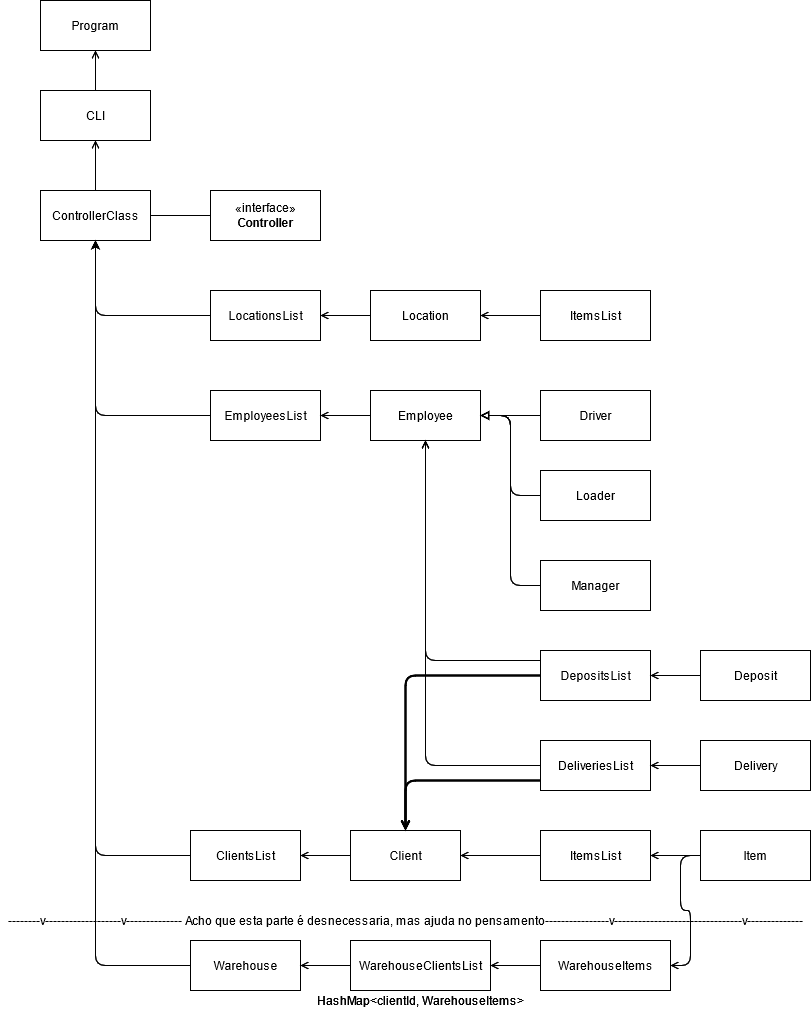
Earlier version of the draw.io export uml.png (jpfn2407/projetoPOO). Source tidied: cells renumbered, new cells last; positions are measured from the earlier drawing's top-left corner, leaving out a move shared by most shapes.
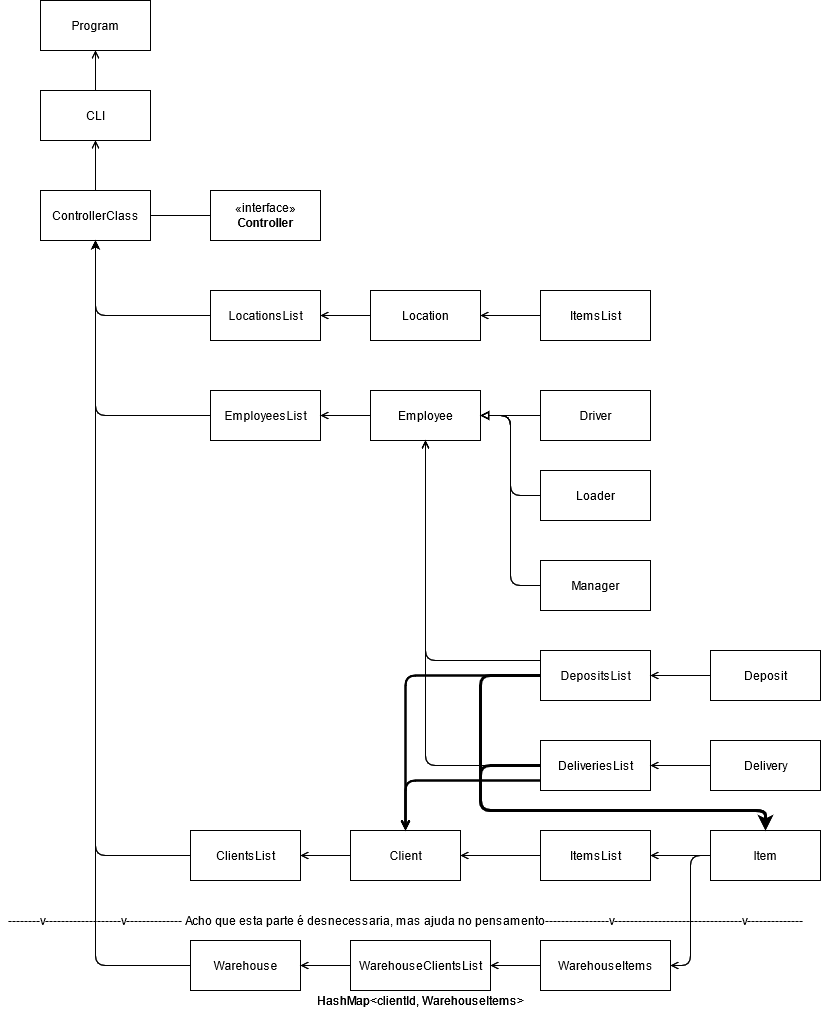
After the commit.

Commit message:
Updated UML, Removed Client

The edit, as a diff of the source:
```diff
@@ -89,11 +89,11 @@
     <mxCell id="30" value="ItemsList" style="html=1;" parent="1" vertex="1">
       <mxGeometry x="540" y="830" width="110" height="50" as="geometry" />
     </mxCell>
-    <mxCell id="31" style="edgeStyle=orthogonalEdgeStyle;rounded=1;jettySize=auto;html=1;entryX=1;entryY=0.5;entryDx=0;entryDy=0;endArrow=open;endFill=0;" parent="1" edge="1" source="32" target="49">
+    <mxCell id="31" style="edgeStyle=orthogonalEdgeStyle;jettySize=auto;html=1;entryX=1;entryY=0.5;entryDx=0;entryDy=0;endArrow=open;endFill=0;" parent="1" edge="1" source="32" target="49">
       <mxGeometry relative="1" as="geometry" />
     </mxCell>
     <mxCell id="32" value="Item" style="html=1;" parent="1" vertex="1">
-      <mxGeometry x="700" y="830" width="110" height="50" as="geometry" />
+      <mxGeometry x="710" y="830" width="110" height="50" as="geometry" />
     </mxCell>
     <mxCell id="33" value="ItemsList" style="html=1;" parent="1" vertex="1">
       <mxGeometry x="540" y="290" width="110" height="50" as="geometry" />
@@ -115,7 +115,7 @@
       <mxGeometry relative="1" as="geometry" />
     </mxCell>
     <mxCell id="38" value="Deposit" style="html=1;" parent="1" vertex="1">
-      <mxGeometry x="700" y="650" width="110" height="50" as="geometry" />
+      <mxGeometry x="710" y="650" width="110" height="50" as="geometry" />
     </mxCell>
     <mxCell id="39" style="edgeStyle=orthogonalEdgeStyle;jettySize=auto;html=1;entryX=0.5;entryY=0;entryDx=0;entryDy=0;startArrow=none;startFill=0;endArrow=open;endFill=0;strokeWidth=2;" parent="1" edge="1" source="41" target="28">
       <mxGeometry relative="1" as="geometry">
@@ -134,21 +134,21 @@
       <mxGeometry relative="1" as="geometry" />
     </mxCell>
     <mxCell id="43" value="Delivery" style="html=1;" parent="1" vertex="1">
-      <mxGeometry x="700" y="740" width="110" height="50" as="geometry" />
+      <mxGeometry x="710" y="740" width="110" height="50" as="geometry" />
     </mxCell>
-    <mxCell id="44" style="edgeStyle=orthogonalEdgeStyle;rounded=1;jettySize=auto;html=1;entryX=0.5;entryY=1;entryDx=0;entryDy=0;" parent="1" edge="1" source="45" target="6">
+    <mxCell id="44" style="edgeStyle=orthogonalEdgeStyle;jettySize=auto;html=1;entryX=0.5;entryY=1;entryDx=0;entryDy=0;" parent="1" edge="1" source="45" target="6">
       <mxGeometry relative="1" as="geometry" />
     </mxCell>
     <mxCell id="45" value="Warehouse" style="html=1;" parent="1" vertex="1">
       <mxGeometry x="190" y="940" width="110" height="50" as="geometry" />
     </mxCell>
-    <mxCell id="46" style="edgeStyle=orthogonalEdgeStyle;rounded=1;jettySize=auto;html=1;entryX=1;entryY=0.5;entryDx=0;entryDy=0;endArrow=open;endFill=0;" parent="1" edge="1" source="47" target="45">
+    <mxCell id="46" style="edgeStyle=orthogonalEdgeStyle;jettySize=auto;html=1;entryX=1;entryY=0.5;entryDx=0;entryDy=0;endArrow=open;endFill=0;" parent="1" edge="1" source="47" target="45">
       <mxGeometry relative="1" as="geometry" />
     </mxCell>
     <mxCell id="47" value="WarehouseClientsList" style="html=1;" parent="1" vertex="1">
       <mxGeometry x="350" y="940" width="140" height="50" as="geometry" />
     </mxCell>
-    <mxCell id="48" style="edgeStyle=orthogonalEdgeStyle;rounded=1;jettySize=auto;html=1;entryX=1;entryY=0.5;entryDx=0;entryDy=0;endArrow=open;endFill=0;" parent="1" edge="1" source="49" target="47">
+    <mxCell id="48" style="edgeStyle=orthogonalEdgeStyle;jettySize=auto;html=1;entryX=1;entryY=0.5;entryDx=0;entryDy=0;endArrow=open;endFill=0;" parent="1" edge="1" source="49" target="47">
       <mxGeometry relative="1" as="geometry" />
     </mxCell>
     <mxCell id="49" value="WarehouseItems" style="html=1;" parent="1" vertex="1">
@@ -244,11 +244,11 @@
     <mxCell id="79" value="ItemsList" style="html=1;" parent="1" vertex="1">
       <mxGeometry x="540" y="830" width="110" height="50" as="geometry" />
     </mxCell>
-    <mxCell id="80" style="edgeStyle=orthogonalEdgeStyle;rounded=1;jettySize=auto;html=1;entryX=1;entryY=0.5;entryDx=0;entryDy=0;endArrow=open;endFill=0;" parent="1" edge="1" source="81" target="98">
+    <mxCell id="80" style="edgeStyle=orthogonalEdgeStyle;jettySize=auto;html=1;entryX=1;entryY=0.5;entryDx=0;entryDy=0;endArrow=open;endFill=0;" parent="1" edge="1" source="81" target="98">
       <mxGeometry relative="1" as="geometry" />
     </mxCell>
     <mxCell id="81" value="Item" style="html=1;" parent="1" vertex="1">
-      <mxGeometry x="700" y="830" width="110" height="50" as="geometry" />
+      <mxGeometry x="710" y="830" width="110" height="50" as="geometry" />
     </mxCell>
     <mxCell id="82" value="ItemsList" style="html=1;" parent="1" vertex="1">
       <mxGeometry x="540" y="290" width="110" height="50" as="geometry" />
@@ -263,6 +263,15 @@
         </Array>
       </mxGeometry>
     </mxCell>
+    <mxCell id="101" style="edgeStyle=orthogonalEdgeStyle;jettySize=auto;html=1;entryX=0.5;entryY=0;entryDx=0;entryDy=0;strokeWidth=3;" parent="1" edge="1" source="85" target="81">
+      <mxGeometry relative="1" as="geometry">
+        <Array as="points">
+          <mxPoint x="480" y="675" />
+          <mxPoint x="480" y="810" />
+          <mxPoint x="765" y="810" />
+        </Array>
+      </mxGeometry>
+    </mxCell>
     <mxCell id="85" value="DepositsList" style="html=1;" parent="1" vertex="1">
       <mxGeometry x="540" y="650" width="110" height="50" as="geometry" />
     </mxCell>
@@ -270,7 +279,7 @@
       <mxGeometry relative="1" as="geometry" />
     </mxCell>
     <mxCell id="87" value="Deposit" style="html=1;" parent="1" vertex="1">
-      <mxGeometry x="700" y="650" width="110" height="50" as="geometry" />
+      <mxGeometry x="710" y="650" width="110" height="50" as="geometry" />
     </mxCell>
     <mxCell id="88" style="edgeStyle=orthogonalEdgeStyle;jettySize=auto;html=1;entryX=0.5;entryY=0;entryDx=0;entryDy=0;startArrow=none;startFill=0;endArrow=open;endFill=0;strokeWidth=2;" parent="1" edge="1" source="90" target="77">
       <mxGeometry relative="1" as="geometry">
@@ -282,6 +291,15 @@
     <mxCell id="89" style="edgeStyle=orthogonalEdgeStyle;jettySize=auto;html=1;startArrow=none;startFill=0;endArrow=open;endFill=0;entryX=0.5;entryY=1;entryDx=0;entryDy=0;" parent="1" edge="1" source="90" target="70">
       <mxGeometry relative="1" as="geometry" />
     </mxCell>
+    <mxCell id="102" style="edgeStyle=orthogonalEdgeStyle;jettySize=auto;html=1;entryX=0.5;entryY=0;entryDx=0;entryDy=0;strokeWidth=3;" parent="1" edge="1" source="90" target="81">
+      <mxGeometry relative="1" as="geometry">
+        <Array as="points">
+          <mxPoint x="480" y="765" />
+          <mxPoint x="480" y="810" />
+          <mxPoint x="765" y="810" />
+        </Array>
+      </mxGeometry>
+    </mxCell>
     <mxCell id="90" value="DeliveriesList" style="html=1;" parent="1" vertex="1">
       <mxGeometry x="540" y="740" width="110" height="50" as="geometry" />
     </mxCell>
@@ -289,21 +307,21 @@
       <mxGeometry relative="1" as="geometry" />
     </mxCell>
     <mxCell id="92" value="Delivery" style="html=1;" parent="1" vertex="1">
-      <mxGeometry x="700" y="740" width="110" height="50" as="geometry" />
+      <mxGeometry x="710" y="740" width="110" height="50" as="geometry" />
     </mxCell>
-    <mxCell id="93" style="edgeStyle=orthogonalEdgeStyle;rounded=1;jettySize=auto;html=1;entryX=0.5;entryY=1;entryDx=0;entryDy=0;" parent="1" edge="1" source="94" target="55">
+    <mxCell id="93" style="edgeStyle=orthogonalEdgeStyle;jettySize=auto;html=1;entryX=0.5;entryY=1;entryDx=0;entryDy=0;" parent="1" edge="1" source="94" target="55">
       <mxGeometry relative="1" as="geometry" />
     </mxCell>
     <mxCell id="94" value="Warehouse" style="html=1;" parent="1" vertex="1">
       <mxGeometry x="190" y="940" width="110" height="50" as="geometry" />
     </mxCell>
-    <mxCell id="95" style="edgeStyle=orthogonalEdgeStyle;rounded=1;jettySize=auto;html=1;entryX=1;entryY=0.5;entryDx=0;entryDy=0;endArrow=open;endFill=0;" parent="1" edge="1" source="96" target="94">
+    <mxCell id="95" style="edgeStyle=orthogonalEdgeStyle;jettySize=auto;html=1;entryX=1;entryY=0.5;entryDx=0;entryDy=0;endArrow=open;endFill=0;" parent="1" edge="1" source="96" target="94">
       <mxGeometry relative="1" as="geometry" />
     </mxCell>
     <mxCell id="96" value="WarehouseClientsList" style="html=1;" parent="1" vertex="1">
       <mxGeometry x="350" y="940" width="140" height="50" as="geometry" />
     </mxCell>
-    <mxCell id="97" style="edgeStyle=orthogonalEdgeStyle;rounded=1;jettySize=auto;html=1;entryX=1;entryY=0.5;entryDx=0;entryDy=0;endArrow=open;endFill=0;" parent="1" edge="1" source="98" target="96">
+    <mxCell id="97" style="edgeStyle=orthogonalEdgeStyle;jettySize=auto;html=1;entryX=1;entryY=0.5;entryDx=0;entryDy=0;endArrow=open;endFill=0;" parent="1" edge="1" source="98" target="96">
       <mxGeometry relative="1" as="geometry" />
     </mxCell>
     <mxCell id="98" value="WarehouseItems" style="html=1;" parent="1" vertex="1">
```
